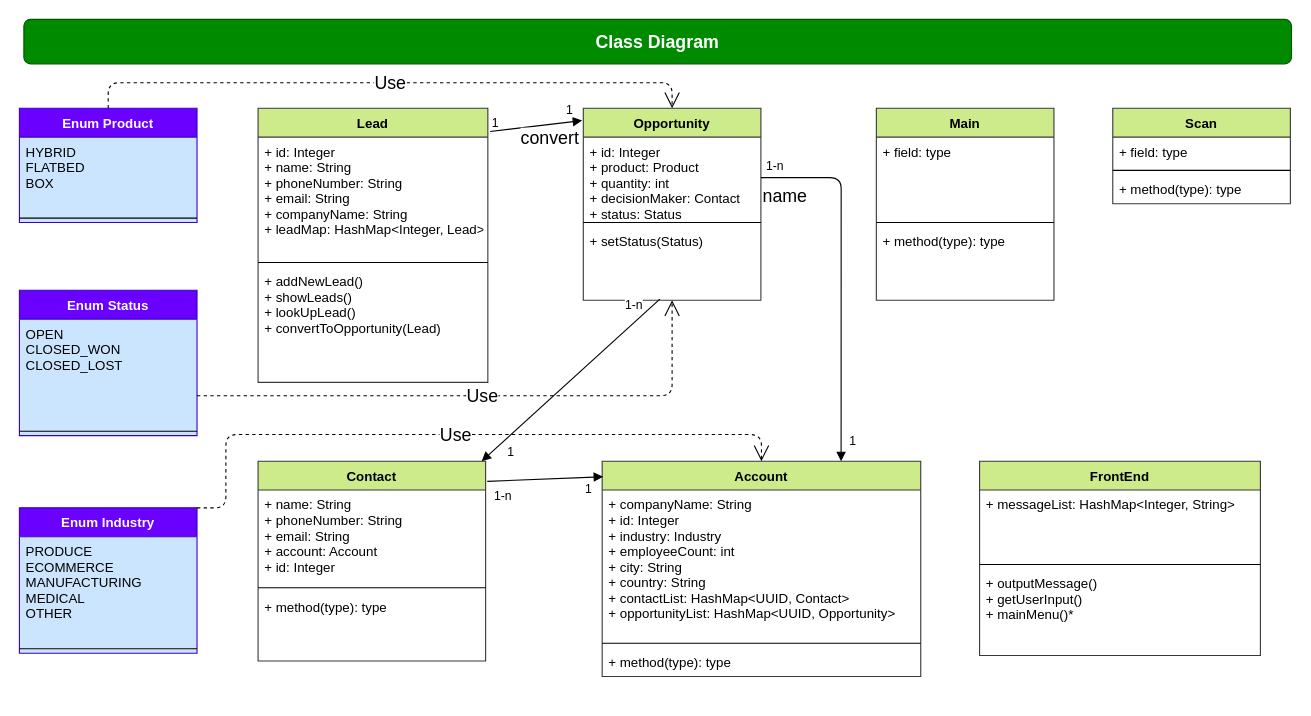
Above: docs/ClassDiagram_CRM.drawio in kemilk/leanCRM (draw.io), before the change. Source tidied: cells renumbered, new cells numbered last; positions are measured from the earlier drawing's top-left corner, leaving out a move shared by most shapes. Both pictures are drawn from the tidied source at 111%, with x=0, y=0 at pixel (19, 19).
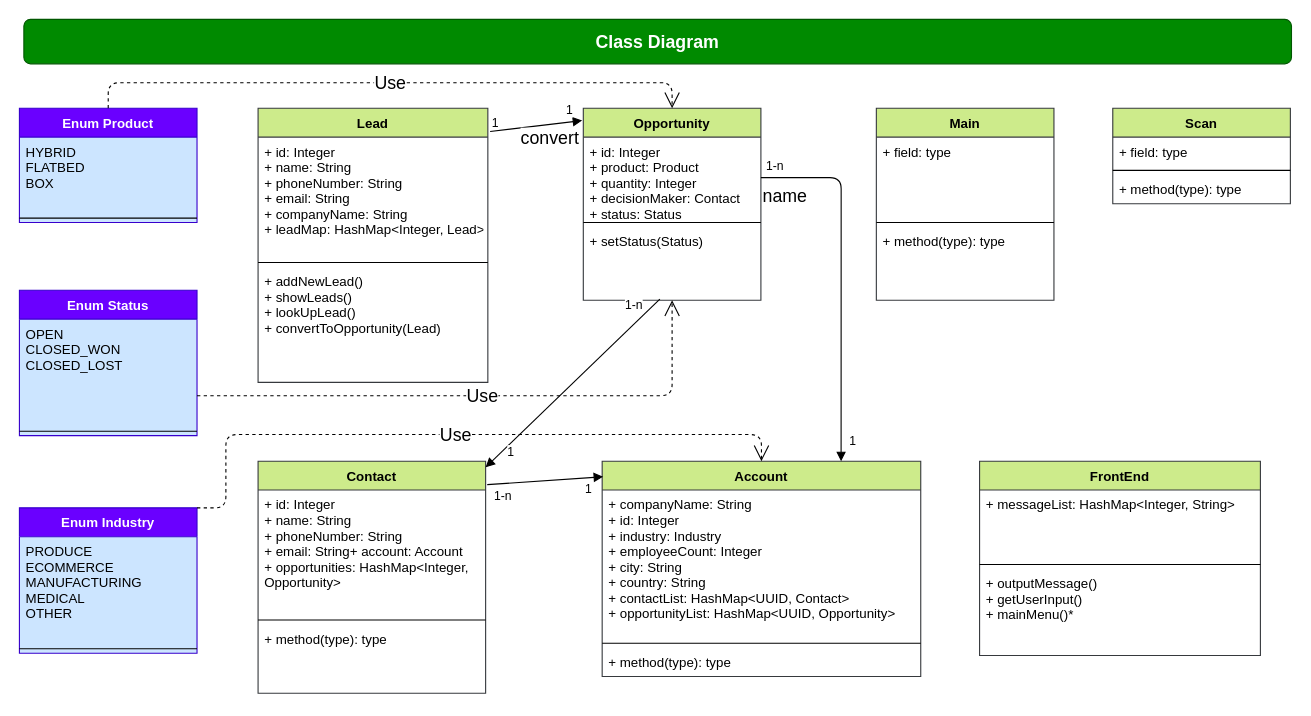
Above is the later version.

Commit message (it also covers changes not shown here):
* added scaffold for additional filling for Classes Opportunity / Contact / Account * fixed some types in ClassDiagram

The change refers to these unchanged cells:
```xml
<mxCell id="17" value="Account" style="swimlane;fontStyle=1;align=center;verticalAlign=top;horizontal=1;startSize=26;fillColor=#cdeb8b;strokeColor=#36393d;" parent="1" vertex="1">
  <mxGeometry x="525" y="398" width="287" height="194" as="geometry" />
</mxCell>
<mxCell id="36" value="Opportunity" style="swimlane;fontStyle=1;align=center;verticalAlign=top;horizontal=1;startSize=26;fillColor=#cdeb8b;strokeColor=#36393d;" parent="1" vertex="1">
  <mxGeometry x="508" y="80" width="160" height="173" as="geometry" />
</mxCell>
```

What changed in the source:
```diff
@@
     <mxCell id="6" value="Contact" style="swimlane;fontStyle=1;align=center;verticalAlign=top;horizontal=1;startSize=26;fillColor=#cdeb8b;strokeColor=#36393d;" parent="1" vertex="1">
-      <mxGeometry x="215" y="398" width="205" height="180" as="geometry" />
+      <mxGeometry x="215" y="398" width="205" height="209" as="geometry" />
     </mxCell>
-    <mxCell id="7" value="+ name: String&#10;+ phoneNumber: String&#10;+ email: String&#10;+ account: Account&#10;+ id: Integer&#10;&#10;&#10;" style="text;strokeColor=none;fillColor=none;align=left;verticalAlign=top;spacingLeft=4;spacingRight=4;overflow=hidden;" parent="6" vertex="1">
-      <mxGeometry y="26" width="205" height="84" as="geometry" />
+    <mxCell id="7" value="+ id: Integer&#10;+ name: String&#10;+ phoneNumber: String&#10;+ email: String+ account: Account&#10;+ opportunities: HashMap&lt;Integer,&#10;Opportunity&gt;&#10;&#10;&#10;&#10;" style="text;strokeColor=none;fillColor=none;align=left;verticalAlign=top;spacingLeft=4;spacingRight=4;overflow=hidden;" parent="6" vertex="1">
+      <mxGeometry y="26" width="205" height="113" as="geometry" />
     </mxCell>
     <mxCell id="8" style="line;strokeWidth=1;fillColor=none;align=left;verticalAlign=middle;spacingTop=-1;spacingLeft=3;spacingRight=3;labelPosition=right;" parent="6" vertex="1">
-      <mxGeometry y="110" width="205" height="8" as="geometry" />
+      <mxGeometry y="139" width="205" height="8" as="geometry" />
     </mxCell>
     <mxCell id="9" value="+ method(type): type" style="text;strokeColor=none;fillColor=none;align=left;verticalAlign=top;spacingLeft=4;spacingRight=4;overflow=hidden;" parent="6" vertex="1">
-      <mxGeometry y="118" width="205" height="62" as="geometry" />
+      <mxGeometry y="147" width="205" height="62" as="geometry" />
     </mxCell>
@@
-    <mxCell id="18" value="+ companyName: String&#10;+ id: Integer&#10;+ industry: Industry&#10;+ employeeCount: int&#10;+ city: String&#10;+ country: String&#10;+ contactList: HashMap&lt;UUID, Contact&gt;&#10;+ opportunityList: HashMap&lt;UUID, Opportunity&gt;&#10;&#10;&#10;" style="text;strokeColor=none;fillColor=none;align=left;verticalAlign=top;spacingLeft=4;spacingRight=4;overflow=hidden;" parent="17" vertex="1">
+    <mxCell id="18" value="+ companyName: String&#10;+ id: Integer&#10;+ industry: Industry&#10;+ employeeCount: Integer&#10;+ city: String&#10;+ country: String&#10;+ contactList: HashMap&lt;UUID, Contact&gt;&#10;+ opportunityList: HashMap&lt;UUID, Opportunity&gt;&#10;&#10;&#10;" style="text;strokeColor=none;fillColor=none;align=left;verticalAlign=top;spacingLeft=4;spacingRight=4;overflow=hidden;" parent="17" vertex="1">
       <mxGeometry y="26" width="287" height="134" as="geometry" />
     </mxCell>
@@
-    <mxCell id="37" value="+ id: Integer&#10;+ product: Product&#10;+ quantity: int&#10;+ decisionMaker: Contact&#10;+ status: Status&#10;&#10;&#10;" style="text;strokeColor=none;fillColor=none;align=left;verticalAlign=top;spacingLeft=4;spacingRight=4;overflow=hidden;points=[[0,0.5],[1,0.5]];portConstraint=eastwest;" parent="36" vertex="1">
+    <mxCell id="37" value="+ id: Integer&#10;+ product: Product&#10;+ quantity: Integer&#10;+ decisionMaker: Contact&#10;+ status: Status&#10;&#10;&#10;" style="text;strokeColor=none;fillColor=none;align=left;verticalAlign=top;spacingLeft=4;spacingRight=4;overflow=hidden;points=[[0,0.5],[1,0.5]];portConstraint=eastwest;" parent="36" vertex="1">
       <mxGeometry y="26" width="160" height="73" as="geometry" />
     </mxCell>
```
